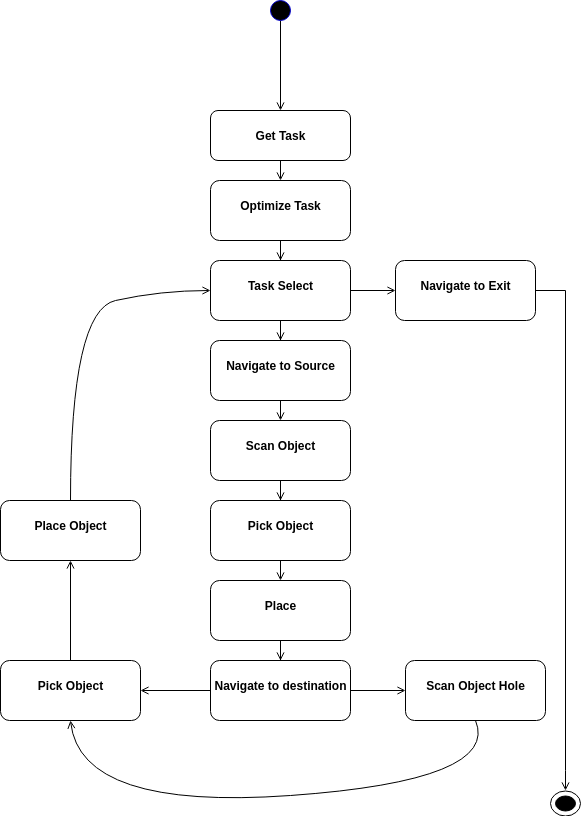
This is resources/img/suii_global_state_mschine.png from RoboHubEindhoven-User/suii_control, a draw.io export, as it was before one commit. Source tidied: cells renumbered, new cells last; positions are measured from the earlier drawing's top-left corner, leaving out a move shared by most shapes. The source it was exported from:
```xml
<mxGraphModel>
  <root>
    <mxCell id="0" />
    <mxCell id="1" parent="0" />
    <mxCell id="2" style="edgeStyle=orthogonalEdgeStyle;rounded=0;jettySize=auto;html=1;exitX=0.5;exitY=1;exitDx=0;exitDy=0;entryX=0.5;entryY=0;entryDx=0;entryDy=0;endArrow=open;endFill=0;" parent="1" edge="1" source="3" target="12">
      <mxGeometry relative="1" as="geometry" />
    </mxCell>
    <mxCell id="3" value="&lt;p style=&quot;margin: 0px ; margin-top: 4px ; text-align: center&quot;&gt;&lt;br&gt;&lt;b&gt;Get Task&lt;/b&gt;&lt;/p&gt;" style="verticalAlign=top;align=left;overflow=fill;fontSize=12;fontFamily=Helvetica;html=1;rounded=1;" parent="1" vertex="1">
      <mxGeometry x="210" y="110" width="140" height="50" as="geometry" />
    </mxCell>
    <mxCell id="4" style="edgeStyle=orthogonalEdgeStyle;rounded=0;jettySize=auto;html=1;exitX=0.5;exitY=1;exitDx=0;exitDy=0;entryX=0.5;entryY=0;entryDx=0;entryDy=0;endArrow=open;endFill=0;" parent="1" edge="1" source="5" target="3">
      <mxGeometry relative="1" as="geometry" />
    </mxCell>
    <mxCell id="5" style="shape=ellipse;html=1;fillColor=#000000;fontSize=18;fontColor=#ffffff;strokeColor=#0000CC;align=center;" parent="1" vertex="1">
      <mxGeometry x="270" width="20" height="20" as="geometry" />
    </mxCell>
    <mxCell id="6" style="edgeStyle=orthogonalEdgeStyle;rounded=0;jettySize=auto;html=1;exitX=1;exitY=0.5;exitDx=0;exitDy=0;entryX=0.5;entryY=0;entryDx=0;entryDy=0;entryPerimeter=0;endArrow=open;endFill=0;" parent="1" edge="1" source="7" target="25">
      <mxGeometry relative="1" as="geometry">
        <Array as="points">
          <mxPoint x="565" y="290" />
          <mxPoint x="565" y="770" />
        </Array>
      </mxGeometry>
    </mxCell>
    <mxCell id="7" value="&lt;p style=&quot;margin: 0px ; margin-top: 4px ; text-align: center&quot;&gt;&lt;br&gt;&lt;b&gt;Navigate to Exit&lt;/b&gt;&lt;/p&gt;" style="verticalAlign=top;align=left;overflow=fill;fontSize=12;fontFamily=Helvetica;html=1;rounded=1;" parent="1" vertex="1">
      <mxGeometry x="395" y="260" width="140" height="60" as="geometry" />
    </mxCell>
    <mxCell id="8" style="edgeStyle=orthogonalEdgeStyle;rounded=0;jettySize=auto;html=1;exitX=0.5;exitY=1;exitDx=0;exitDy=0;endArrow=open;endFill=0;" parent="1" edge="1" source="10" target="14">
      <mxGeometry relative="1" as="geometry" />
    </mxCell>
    <mxCell id="9" style="edgeStyle=orthogonalEdgeStyle;rounded=0;jettySize=auto;html=1;exitX=1;exitY=0.5;exitDx=0;exitDy=0;endArrow=open;endFill=0;" parent="1" edge="1" source="10" target="7">
      <mxGeometry relative="1" as="geometry" />
    </mxCell>
    <mxCell id="10" value="&lt;p style=&quot;margin: 0px ; margin-top: 4px ; text-align: center&quot;&gt;&lt;br&gt;&lt;b&gt;Task Select&lt;/b&gt;&lt;/p&gt;" style="verticalAlign=top;align=left;overflow=fill;fontSize=12;fontFamily=Helvetica;html=1;rounded=1;" parent="1" vertex="1">
      <mxGeometry x="210" y="260" width="140" height="60" as="geometry" />
    </mxCell>
    <mxCell id="11" style="edgeStyle=orthogonalEdgeStyle;rounded=0;jettySize=auto;html=1;exitX=0.5;exitY=1;exitDx=0;exitDy=0;endArrow=open;endFill=0;" parent="1" edge="1" source="12" target="10">
      <mxGeometry relative="1" as="geometry" />
    </mxCell>
    <mxCell id="12" value="&lt;p style=&quot;margin: 0px ; margin-top: 4px ; text-align: center&quot;&gt;&lt;br&gt;&lt;b&gt;Optimize Task&lt;/b&gt;&lt;/p&gt;" style="verticalAlign=top;align=left;overflow=fill;fontSize=12;fontFamily=Helvetica;html=1;rounded=1;" parent="1" vertex="1">
      <mxGeometry x="210" y="180" width="140" height="60" as="geometry" />
    </mxCell>
    <mxCell id="13" style="edgeStyle=orthogonalEdgeStyle;rounded=0;jettySize=auto;html=1;exitX=0.5;exitY=1;exitDx=0;exitDy=0;entryX=0.5;entryY=0;entryDx=0;entryDy=0;endArrow=open;endFill=0;" parent="1" edge="1" source="14" target="16">
      <mxGeometry relative="1" as="geometry" />
    </mxCell>
    <mxCell id="14" value="&lt;p style=&quot;margin: 0px ; margin-top: 4px ; text-align: center&quot;&gt;&lt;br&gt;&lt;b&gt;Navigate to Source&lt;/b&gt;&lt;/p&gt;" style="verticalAlign=top;align=left;overflow=fill;fontSize=12;fontFamily=Helvetica;html=1;rounded=1;" parent="1" vertex="1">
      <mxGeometry x="210" y="340" width="140" height="60" as="geometry" />
    </mxCell>
    <mxCell id="15" style="edgeStyle=orthogonalEdgeStyle;rounded=0;jettySize=auto;html=1;exitX=0.5;exitY=1;exitDx=0;exitDy=0;endArrow=open;endFill=0;" parent="1" edge="1" source="16" target="18">
      <mxGeometry relative="1" as="geometry" />
    </mxCell>
    <mxCell id="16" value="&lt;p style=&quot;margin: 0px ; margin-top: 4px ; text-align: center&quot;&gt;&lt;br&gt;&lt;b&gt;Scan Object&lt;/b&gt;&lt;/p&gt;" style="verticalAlign=top;align=left;overflow=fill;fontSize=12;fontFamily=Helvetica;html=1;rounded=1;" parent="1" vertex="1">
      <mxGeometry x="210" y="420" width="140" height="60" as="geometry" />
    </mxCell>
    <mxCell id="17" style="edgeStyle=orthogonalEdgeStyle;rounded=0;jettySize=auto;html=1;exitX=0.5;exitY=1;exitDx=0;exitDy=0;entryX=0.5;entryY=0;entryDx=0;entryDy=0;endArrow=open;endFill=0;" parent="1" edge="1" source="18" target="23">
      <mxGeometry relative="1" as="geometry" />
    </mxCell>
    <mxCell id="18" value="&lt;p style=&quot;margin: 0px ; margin-top: 4px ; text-align: center&quot;&gt;&lt;br&gt;&lt;b&gt;Pick Object&lt;/b&gt;&lt;/p&gt;" style="verticalAlign=top;align=left;overflow=fill;fontSize=12;fontFamily=Helvetica;html=1;rounded=1;" parent="1" vertex="1">
      <mxGeometry x="210" y="500" width="140" height="60" as="geometry" />
    </mxCell>
    <mxCell id="19" style="edgeStyle=orthogonalEdgeStyle;rounded=0;jettySize=auto;html=1;exitX=0;exitY=0.5;exitDx=0;exitDy=0;endArrow=open;endFill=0;" parent="1" edge="1" source="21" target="27">
      <mxGeometry relative="1" as="geometry" />
    </mxCell>
    <mxCell id="20" style="edgeStyle=orthogonalEdgeStyle;rounded=0;jettySize=auto;html=1;exitX=1;exitY=0.5;exitDx=0;exitDy=0;endArrow=open;endFill=0;" parent="1" edge="1" source="21" target="24">
      <mxGeometry relative="1" as="geometry" />
    </mxCell>
    <mxCell id="21" value="&lt;p style=&quot;margin: 0px ; margin-top: 4px ; text-align: center&quot;&gt;&lt;br&gt;&lt;b&gt;Navigate to destination&lt;/b&gt;&lt;/p&gt;" style="verticalAlign=top;align=left;overflow=fill;fontSize=12;fontFamily=Helvetica;html=1;rounded=1;" parent="1" vertex="1">
      <mxGeometry x="210" y="660" width="140" height="60" as="geometry" />
    </mxCell>
    <mxCell id="22" style="edgeStyle=orthogonalEdgeStyle;rounded=0;jettySize=auto;html=1;exitX=0.5;exitY=1;exitDx=0;exitDy=0;endArrow=open;endFill=0;" parent="1" edge="1" source="23" target="21">
      <mxGeometry relative="1" as="geometry" />
    </mxCell>
    <mxCell id="23" value="&lt;p style=&quot;margin: 0px ; margin-top: 4px ; text-align: center&quot;&gt;&lt;br&gt;&lt;b&gt;Place&lt;/b&gt;&lt;/p&gt;" style="verticalAlign=top;align=left;overflow=fill;fontSize=12;fontFamily=Helvetica;html=1;rounded=1;" parent="1" vertex="1">
      <mxGeometry x="210" y="580" width="140" height="60" as="geometry" />
    </mxCell>
    <mxCell id="24" value="&lt;p style=&quot;margin: 0px ; margin-top: 4px ; text-align: center&quot;&gt;&lt;br&gt;&lt;b&gt;Scan Object Hole&lt;/b&gt;&lt;/p&gt;" style="verticalAlign=top;align=left;overflow=fill;fontSize=12;fontFamily=Helvetica;html=1;rounded=1;" parent="1" vertex="1">
      <mxGeometry x="405" y="660" width="140" height="60" as="geometry" />
    </mxCell>
    <mxCell id="25" style="shape=mxgraph.sysml.actFinal;html=1;verticalLabelPosition=bottom;labelBackgroundColor=#ffffff;verticalAlign=top;strokeColor=#000000;fillColor=#FFFFFF;fontSize=11;fontColor=#0000CC;align=center;" parent="1" vertex="1">
      <mxGeometry x="550" y="790" width="30" height="25" as="geometry" />
    </mxCell>
    <mxCell id="26" style="edgeStyle=orthogonalEdgeStyle;rounded=0;jettySize=auto;html=1;exitX=0.5;exitY=0;exitDx=0;exitDy=0;entryX=0.5;entryY=1;entryDx=0;entryDy=0;endArrow=open;endFill=0;" parent="1" edge="1" source="27" target="28">
      <mxGeometry relative="1" as="geometry" />
    </mxCell>
    <mxCell id="27" value="&lt;p style=&quot;margin: 0px ; margin-top: 4px ; text-align: center&quot;&gt;&lt;br&gt;&lt;b&gt;Pick Object&lt;/b&gt;&lt;/p&gt;" style="verticalAlign=top;align=left;overflow=fill;fontSize=12;fontFamily=Helvetica;html=1;rounded=1;" parent="1" vertex="1">
      <mxGeometry y="660" width="140" height="60" as="geometry" />
    </mxCell>
    <mxCell id="28" value="&lt;p style=&quot;margin: 0px ; margin-top: 4px ; text-align: center&quot;&gt;&lt;br&gt;&lt;b&gt;Place Object&lt;/b&gt;&lt;/p&gt;" style="verticalAlign=top;align=left;overflow=fill;fontSize=12;fontFamily=Helvetica;html=1;rounded=1;" parent="1" vertex="1">
      <mxGeometry y="500" width="140" height="60" as="geometry" />
    </mxCell>
    <mxCell id="29" style="curved=1;endArrow=open;html=1;exitX=0.5;exitY=1;exitDx=0;exitDy=0;entryX=0.5;entryY=1;entryDx=0;entryDy=0;endFill=0;" parent="1" edge="1" source="24" target="27">
      <mxGeometry relative="1" as="geometry">
        <Array as="points">
          <mxPoint x="500" y="780" />
          <mxPoint x="80" y="810" />
        </Array>
      </mxGeometry>
    </mxCell>
    <mxCell id="30" style="curved=1;endArrow=open;html=1;exitX=0.5;exitY=0;exitDx=0;exitDy=0;entryX=0;entryY=0.5;entryDx=0;entryDy=0;endFill=0;" parent="1" edge="1" source="28" target="10">
      <mxGeometry relative="1" as="geometry">
        <Array as="points">
          <mxPoint x="70" y="310" />
          <mxPoint x="160" y="290" />
        </Array>
      </mxGeometry>
    </mxCell>
  </root>
</mxGraphModel>
```
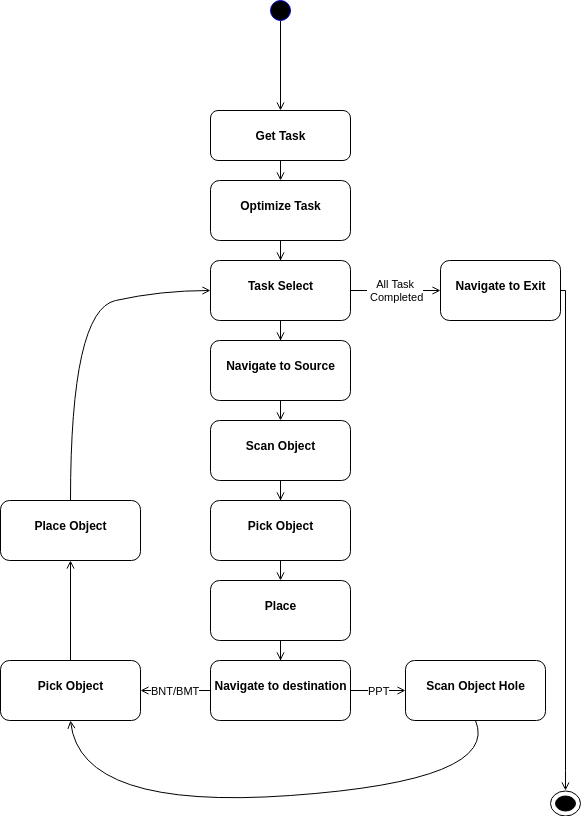
The same file after the commit.

Change to the diagram source:
```diff
@@ -23,12 +23,12 @@
       </mxGeometry>
     </mxCell>
     <mxCell id="7" value="&lt;p style=&quot;margin: 0px ; margin-top: 4px ; text-align: center&quot;&gt;&lt;br&gt;&lt;b&gt;Navigate to Exit&lt;/b&gt;&lt;/p&gt;" style="verticalAlign=top;align=left;overflow=fill;fontSize=12;fontFamily=Helvetica;html=1;rounded=1;" parent="1" vertex="1">
-      <mxGeometry x="395" y="260" width="140" height="60" as="geometry" />
+      <mxGeometry x="440" y="260" width="120" height="60" as="geometry" />
     </mxCell>
     <mxCell id="8" style="edgeStyle=orthogonalEdgeStyle;rounded=0;jettySize=auto;html=1;exitX=0.5;exitY=1;exitDx=0;exitDy=0;endArrow=open;endFill=0;" parent="1" edge="1" source="10" target="14">
       <mxGeometry relative="1" as="geometry" />
     </mxCell>
-    <mxCell id="9" style="edgeStyle=orthogonalEdgeStyle;rounded=0;jettySize=auto;html=1;exitX=1;exitY=0.5;exitDx=0;exitDy=0;endArrow=open;endFill=0;" parent="1" edge="1" source="10" target="7">
+    <mxCell id="9" value="All Task&lt;br&gt;&amp;nbsp;Completed" style="edgeStyle=orthogonalEdgeStyle;rounded=0;jettySize=auto;html=1;exitX=1;exitY=0.5;exitDx=0;exitDy=0;endArrow=open;endFill=0;" parent="1" edge="1" source="10" target="7">
       <mxGeometry relative="1" as="geometry" />
     </mxCell>
     <mxCell id="10" value="&lt;p style=&quot;margin: 0px ; margin-top: 4px ; text-align: center&quot;&gt;&lt;br&gt;&lt;b&gt;Task Select&lt;/b&gt;&lt;/p&gt;" style="verticalAlign=top;align=left;overflow=fill;fontSize=12;fontFamily=Helvetica;html=1;rounded=1;" parent="1" vertex="1">
@@ -58,10 +58,10 @@
     <mxCell id="18" value="&lt;p style=&quot;margin: 0px ; margin-top: 4px ; text-align: center&quot;&gt;&lt;br&gt;&lt;b&gt;Pick Object&lt;/b&gt;&lt;/p&gt;" style="verticalAlign=top;align=left;overflow=fill;fontSize=12;fontFamily=Helvetica;html=1;rounded=1;" parent="1" vertex="1">
       <mxGeometry x="210" y="500" width="140" height="60" as="geometry" />
     </mxCell>
-    <mxCell id="19" style="edgeStyle=orthogonalEdgeStyle;rounded=0;jettySize=auto;html=1;exitX=0;exitY=0.5;exitDx=0;exitDy=0;endArrow=open;endFill=0;" parent="1" edge="1" source="21" target="27">
+    <mxCell id="19" value="BNT/BMT" style="edgeStyle=orthogonalEdgeStyle;rounded=0;jettySize=auto;html=1;exitX=0;exitY=0.5;exitDx=0;exitDy=0;endArrow=open;endFill=0;" parent="1" edge="1" source="21" target="27">
       <mxGeometry relative="1" as="geometry" />
     </mxCell>
-    <mxCell id="20" style="edgeStyle=orthogonalEdgeStyle;rounded=0;jettySize=auto;html=1;exitX=1;exitY=0.5;exitDx=0;exitDy=0;endArrow=open;endFill=0;" parent="1" edge="1" source="21" target="24">
+    <mxCell id="20" value="PPT" style="edgeStyle=orthogonalEdgeStyle;rounded=0;jettySize=auto;html=1;exitX=1;exitY=0.5;exitDx=0;exitDy=0;endArrow=open;endFill=0;" parent="1" edge="1" source="21" target="24">
       <mxGeometry relative="1" as="geometry" />
     </mxCell>
     <mxCell id="21" value="&lt;p style=&quot;margin: 0px ; margin-top: 4px ; text-align: center&quot;&gt;&lt;br&gt;&lt;b&gt;Navigate to destination&lt;/b&gt;&lt;/p&gt;" style="verticalAlign=top;align=left;overflow=fill;fontSize=12;fontFamily=Helvetica;html=1;rounded=1;" parent="1" vertex="1">
```
